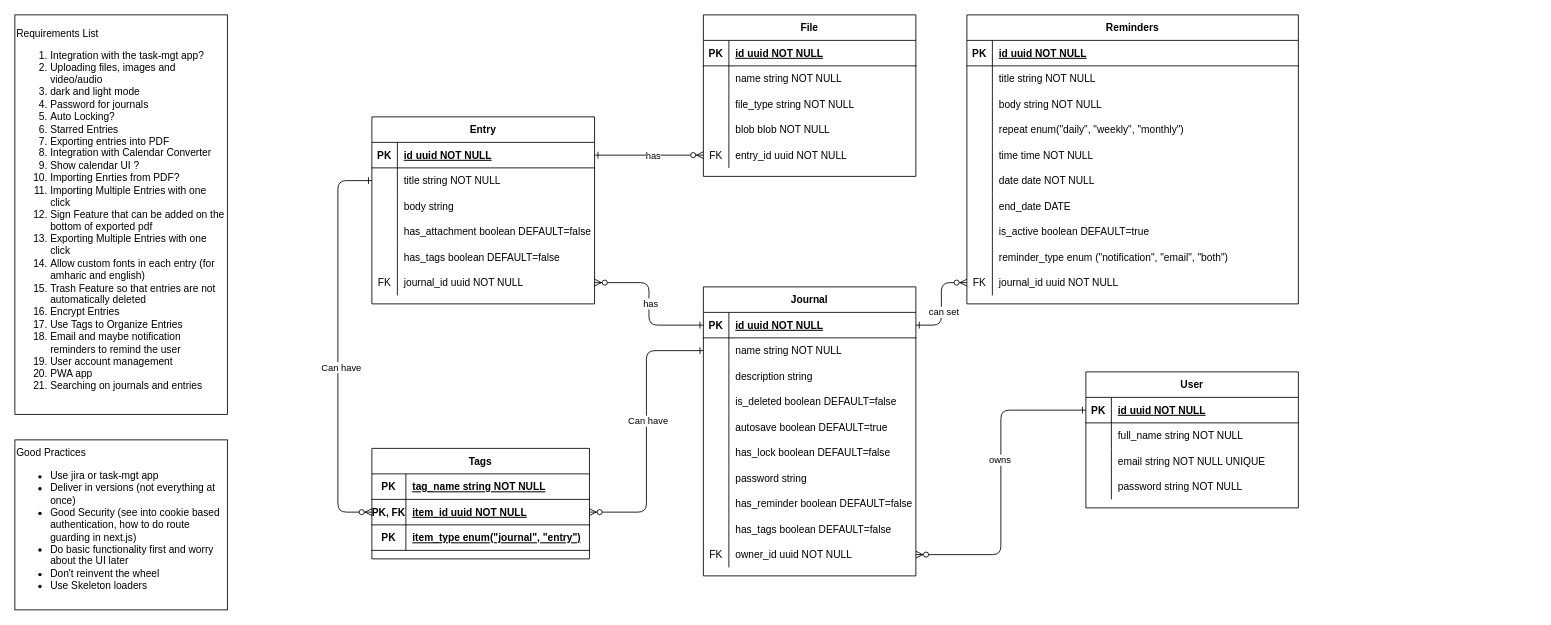
This is Journal app.drawio from aaabrsh/journal-app, a draw.io file, before an edit. Source tidied: cells renumbered, new cells numbered last; positions are measured from the earlier drawing's top-left corner, leaving out a move shared by most shapes. Both pictures are drawn from the tidied source at 85%, with x=0, y=0 at pixel (14, 14).
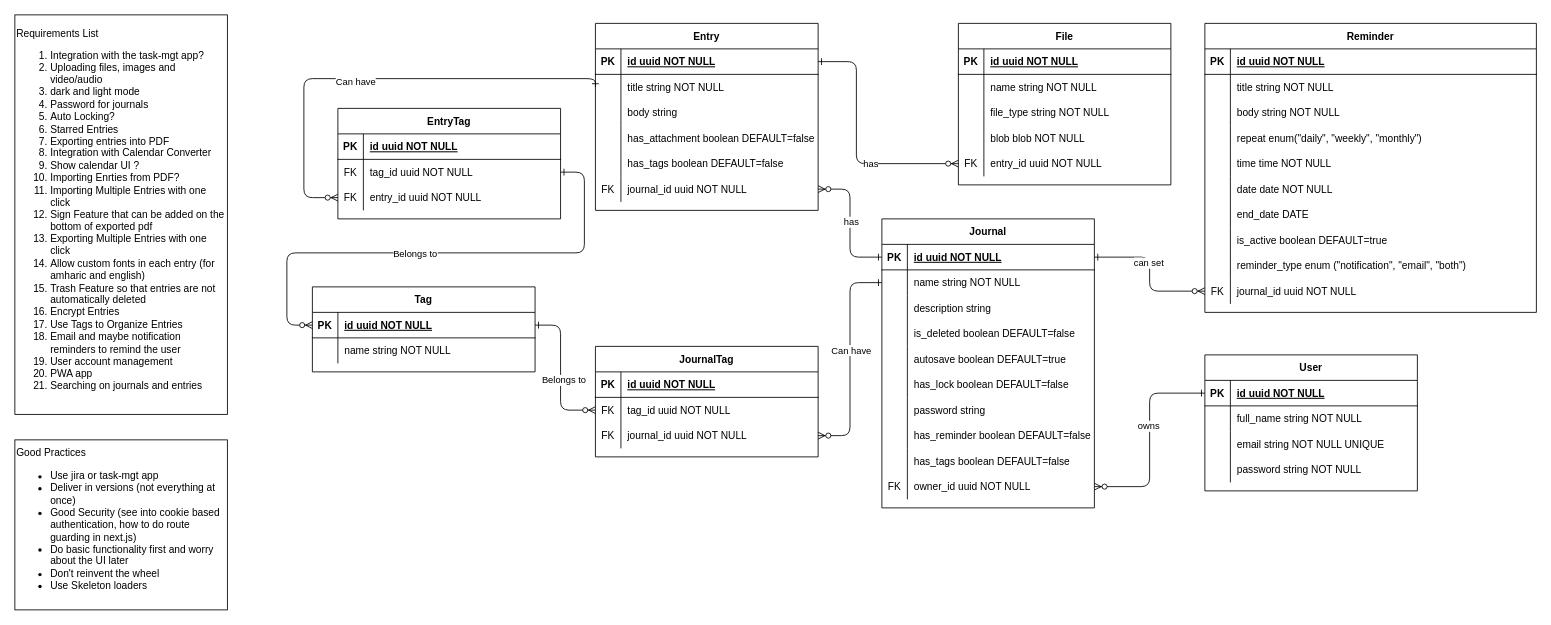
Above is the later version.

Commit message (it also covers changes not shown here):
modified schema, added foreign key relations see:JAP-17

The change refers to these unchanged cells:
```xml
<mxCell id="23" style="shape=partialRectangle;fillColor=none;points=[[0,0.5],[1,0.5]];portConstraint=eastwest;top=0;left=0;right=0;bottom=0;" parent="19" vertex="1">
  <mxGeometry y="60" width="250" height="30" as="geometry" />
</mxCell>
<mxCell id="51" style="shape=partialRectangle;fillColor=none;points=[[0,0.5],[1,0.5]];portConstraint=eastwest;top=0;left=0;right=0;bottom=1;" parent="50" vertex="1">
  <mxGeometry y="30" width="262" height="30" as="geometry" />
</mxCell>
<mxCell id="54" style="shape=partialRectangle;fillColor=none;points=[[0,0.5],[1,0.5]];portConstraint=eastwest;top=0;left=0;right=0;bottom=0;" parent="50" vertex="1">
  <mxGeometry y="60" width="262" height="30" as="geometry" />
</mxCell>
<mxCell id="123" style="shape=partialRectangle;fillColor=none;points=[[0,0.5],[1,0.5]];portConstraint=eastwest;top=0;left=0;right=0;bottom=0;" parent="110" vertex="1">
  <mxGeometry y="150" width="250" height="30" as="geometry" />
</mxCell>
```

Diff of the diagram source:
```diff
@@
     <mxCell id="6" value="User" style="shape=table;startSize=30;childLayout=tableLayout;rowLines=0;fontStyle=1;align=center;" parent="1" vertex="1">
-      <mxGeometry x="1260" y="420" width="250" height="160" as="geometry" />
+      <mxGeometry x="1400" y="400" width="250" height="160" as="geometry" />
     </mxCell>
@@
     <mxCell id="19" value="Journal" style="shape=table;startSize=30;childLayout=tableLayout;rowLines=0;fontStyle=1;align=center;" parent="1" vertex="1">
-      <mxGeometry x="810" y="320" width="250" height="340" as="geometry" />
+      <mxGeometry x="1020" y="240" width="250" height="340" as="geometry" />
     </mxCell>
@@
     <mxCell id="50" value="Entry" style="shape=table;startSize=30;childLayout=tableLayout;rowLines=0;fontStyle=1;align=center;" parent="1" vertex="1">
-      <mxGeometry x="420" y="120" width="262" height="220" as="geometry" />
+      <mxGeometry x="683" y="10" width="262" height="220" as="geometry" />
     </mxCell>
@@
-    <mxCell id="69" value="Tags" style="shape=table;startSize=30;childLayout=tableLayout;rowLines=0;fontStyle=1;align=center;" parent="1" vertex="1">
-      <mxGeometry x="420" y="510" width="256" height="130" as="geometry" />
-    </mxCell>
-    <mxCell id="70" style="shape=partialRectangle;fillColor=none;top=0;left=0;right=0;bottom=1;" parent="69" vertex="1">
-      <mxGeometry y="30" width="256" height="30" as="geometry" />
-    </mxCell>
-    <mxCell id="71" value="PK" style="shape=partialRectangle;overflow=hidden;fillColor=none;top=0;left=0;bottom=0;right=0;fontStyle=1;" parent="70" vertex="1">
-      <mxGeometry width="40" height="30" as="geometry" />
-    </mxCell>
-    <mxCell id="72" value="tag_name string NOT NULL " style="shape=partialRectangle;overflow=hidden;fillColor=none;top=0;left=0;bottom=0;right=0;align=left;spacingLeft=6;fontStyle=5;" parent="70" vertex="1">
-      <mxGeometry x="40" width="216" height="30" as="geometry" />
-    </mxCell>
-    <mxCell id="73" style="shape=partialRectangle;fillColor=none;points=[[0,0.5],[1,0.5]];portConstraint=eastwest;top=0;left=0;right=0;bottom=1;" parent="69" vertex="1">
-      <mxGeometry y="60" width="256" height="30" as="geometry" />
-    </mxCell>
-    <mxCell id="74" value="PK, FK" style="shape=partialRectangle;overflow=hidden;fillColor=none;top=0;left=0;bottom=0;right=0;fontStyle=1;" parent="73" vertex="1">
-      <mxGeometry width="40" height="30" as="geometry" />
-    </mxCell>
-    <mxCell id="75" value="item_id uuid NOT NULL " style="shape=partialRectangle;overflow=hidden;fillColor=none;top=0;left=0;bottom=0;right=0;align=left;spacingLeft=6;fontStyle=5;" parent="73" vertex="1">
-      <mxGeometry x="40" width="216" height="30" as="geometry" />
-    </mxCell>
-    <mxCell id="76" style="shape=partialRectangle;fillColor=none;top=0;left=0;right=0;bottom=1;" parent="69" vertex="1">
-      <mxGeometry y="90" width="256" height="30" as="geometry" />
-    </mxCell>
-    <mxCell id="77" value="PK" style="shape=partialRectangle;overflow=hidden;fillColor=none;top=0;left=0;bottom=0;right=0;fontStyle=1;" parent="76" vertex="1">
-      <mxGeometry width="40" height="30" as="geometry" />
-    </mxCell>
-    <mxCell id="78" value="item_type enum(&quot;journal&quot;, &quot;entry&quot;)" style="shape=partialRectangle;overflow=hidden;fillColor=none;top=0;left=0;bottom=0;right=0;align=left;spacingLeft=6;fontStyle=5;" parent="76" vertex="1">
-      <mxGeometry x="40" width="216" height="30" as="geometry" />
-    </mxCell>
-    <mxCell id="79" value="Reminders" style="shape=table;startSize=30;childLayout=tableLayout;rowLines=0;fontStyle=1;align=center;" parent="1" vertex="1">
-      <mxGeometry x="1120" width="390" height="340" as="geometry" />
+    <mxCell id="79" value="Reminder" style="shape=table;startSize=30;childLayout=tableLayout;rowLines=0;fontStyle=1;align=center;" parent="1" vertex="1">
+      <mxGeometry x="1400" y="10" width="390" height="340" as="geometry" />
     </mxCell>
@@
     <mxCell id="110" value="File" style="shape=table;startSize=30;childLayout=tableLayout;rowLines=0;fontStyle=1;align=center;" parent="1" vertex="1">
-      <mxGeometry x="810" width="250" height="190" as="geometry" />
+      <mxGeometry x="1110" y="10" width="250" height="190" as="geometry" />
     </mxCell>
@@
     <mxCell id="128" style="edgeStyle=orthogonalEdgeStyle;endArrow=ERzeroToMany;startArrow=ERone;endFill=1;startFill=0;entryX=0;entryY=0.5;entryDx=0;entryDy=0;exitX=1;exitY=0.5;exitDx=0;exitDy=0;" parent="1" edge="1" source="51" target="123">
       <mxGeometry relative="1" as="geometry">
         <Array as="points">
-          <mxPoint x="682" y="165" />
+          <mxPoint x="990" y="55" />
+          <mxPoint x="990" y="175" />
         </Array>
       </mxGeometry>
     </mxCell>
@@
-    <mxCell id="130" style="edgeStyle=orthogonalEdgeStyle;endArrow=ERzeroToMany;startArrow=ERone;endFill=1;startFill=0;exitX=0;exitY=0.5;exitDx=0;exitDy=0;entryX=0;entryY=0.5;entryDx=0;entryDy=0;" parent="1" edge="1" source="54" target="73">
+    <mxCell id="130" style="edgeStyle=orthogonalEdgeStyle;endArrow=ERzeroToMany;startArrow=ERone;endFill=1;startFill=0;exitX=0;exitY=0.5;exitDx=0;exitDy=0;entryX=0;entryY=0.5;entryDx=0;entryDy=0;fontStyle=1;" parent="1" edge="1" source="54" target="143">
       <mxGeometry relative="1" as="geometry">
         <Array as="points">
-          <mxPoint x="380" y="195" />
-          <mxPoint x="380" y="585" />
+          <mxPoint x="683" y="75" />
+          <mxPoint x="340" y="75" />
+          <mxPoint x="340" y="215" />
         </Array>
       </mxGeometry>
     </mxCell>
@@
-    <mxCell id="132" style="edgeStyle=orthogonalEdgeStyle;endArrow=ERzeroToMany;startArrow=ERone;endFill=1;startFill=0;entryX=1;entryY=0.5;entryDx=0;entryDy=0;exitX=0;exitY=0.5;exitDx=0;exitDy=0;" parent="1" edge="1" source="23" target="73">
+    <mxCell id="132" style="edgeStyle=orthogonalEdgeStyle;endArrow=ERzeroToMany;startArrow=ERone;endFill=1;startFill=0;entryX=1;entryY=0.5;entryDx=0;entryDy=0;exitX=0;exitY=0.5;exitDx=0;exitDy=0;" parent="1" edge="1" source="23" target="153">
       <mxGeometry relative="1" as="geometry" />
     </mxCell>
@@
+    <mxCell id="136" value="EntryTag" style="shape=table;startSize=30;childLayout=tableLayout;rowLines=0;fontStyle=1;align=center;" parent="1" vertex="1">
+      <mxGeometry x="380" y="110" width="262" height="130" as="geometry" />
+    </mxCell>
+    <mxCell id="137" style="shape=partialRectangle;fillColor=none;top=0;left=0;right=0;bottom=1;" parent="136" vertex="1">
+      <mxGeometry y="30" width="262" height="30" as="geometry" />
+    </mxCell>
+    <mxCell id="138" value="PK" style="shape=partialRectangle;overflow=hidden;fillColor=none;top=0;left=0;bottom=0;right=0;fontStyle=1;" parent="137" vertex="1">
+      <mxGeometry width="30" height="30" as="geometry" />
+    </mxCell>
+    <mxCell id="139" value="id uuid NOT NULL " style="shape=partialRectangle;overflow=hidden;fillColor=none;top=0;left=0;bottom=0;right=0;align=left;spacingLeft=6;fontStyle=5;" parent="137" vertex="1">
+      <mxGeometry x="30" width="232" height="30" as="geometry" />
+    </mxCell>
+    <mxCell id="140" style="shape=partialRectangle;fillColor=none;points=[[0,0.5],[1,0.5]];portConstraint=eastwest;top=0;left=0;right=0;bottom=0;" parent="136" vertex="1">
+      <mxGeometry y="60" width="262" height="30" as="geometry" />
+    </mxCell>
+    <mxCell id="141" value="FK" style="shape=partialRectangle;overflow=hidden;fillColor=none;top=0;left=0;bottom=0;right=0;" parent="140" vertex="1">
+      <mxGeometry width="30" height="30" as="geometry" />
+    </mxCell>
+    <mxCell id="142" value="tag_id uuid NOT NULL" style="shape=partialRectangle;overflow=hidden;fillColor=none;top=0;left=0;bottom=0;right=0;align=left;spacingLeft=6;" parent="140" vertex="1">
+      <mxGeometry x="30" width="232" height="30" as="geometry" />
+    </mxCell>
+    <mxCell id="143" style="shape=partialRectangle;fillColor=none;points=[[0,0.5],[1,0.5]];portConstraint=eastwest;top=0;left=0;right=0;bottom=0;" parent="136" vertex="1">
+      <mxGeometry y="90" width="262" height="30" as="geometry" />
+    </mxCell>
+    <mxCell id="144" value="FK" style="shape=partialRectangle;overflow=hidden;fillColor=none;top=0;left=0;bottom=0;right=0;" parent="143" vertex="1">
+      <mxGeometry width="30" height="30" as="geometry" />
+    </mxCell>
+    <mxCell id="145" value="entry_id uuid NOT NULL" style="shape=partialRectangle;overflow=hidden;fillColor=none;top=0;left=0;bottom=0;right=0;align=left;spacingLeft=6;" parent="143" vertex="1">
+      <mxGeometry x="30" width="232" height="30" as="geometry" />
+    </mxCell>
+    <mxCell id="146" value="JournalTag" style="shape=table;startSize=30;childLayout=tableLayout;rowLines=0;fontStyle=1;align=center;" parent="1" vertex="1">
+      <mxGeometry x="683" y="390" width="262" height="130" as="geometry" />
+    </mxCell>
+    <mxCell id="147" style="shape=partialRectangle;fillColor=none;top=0;left=0;right=0;bottom=1;" parent="146" vertex="1">
+      <mxGeometry y="30" width="262" height="30" as="geometry" />
+    </mxCell>
+    <mxCell id="148" value="PK" style="shape=partialRectangle;overflow=hidden;fillColor=none;top=0;left=0;bottom=0;right=0;fontStyle=1;" parent="147" vertex="1">
+      <mxGeometry width="30" height="30" as="geometry" />
+    </mxCell>
+    <mxCell id="149" value="id uuid NOT NULL " style="shape=partialRectangle;overflow=hidden;fillColor=none;top=0;left=0;bottom=0;right=0;align=left;spacingLeft=6;fontStyle=5;" parent="147" vertex="1">
+      <mxGeometry x="30" width="232" height="30" as="geometry" />
+    </mxCell>
+    <mxCell id="150" style="shape=partialRectangle;fillColor=none;points=[[0,0.5],[1,0.5]];portConstraint=eastwest;top=0;left=0;right=0;bottom=0;" parent="146" vertex="1">
+      <mxGeometry y="60" width="262" height="30" as="geometry" />
+    </mxCell>
+    <mxCell id="151" value="FK" style="shape=partialRectangle;overflow=hidden;fillColor=none;top=0;left=0;bottom=0;right=0;" parent="150" vertex="1">
+      <mxGeometry width="30" height="30" as="geometry" />
+    </mxCell>
+    <mxCell id="152" value="tag_id uuid NOT NULL" style="shape=partialRectangle;overflow=hidden;fillColor=none;top=0;left=0;bottom=0;right=0;align=left;spacingLeft=6;" parent="150" vertex="1">
+      <mxGeometry x="30" width="232" height="30" as="geometry" />
+    </mxCell>
+    <mxCell id="153" style="shape=partialRectangle;fillColor=none;points=[[0,0.5],[1,0.5]];portConstraint=eastwest;top=0;left=0;right=0;bottom=0;" parent="146" vertex="1">
+      <mxGeometry y="90" width="262" height="30" as="geometry" />
+    </mxCell>
+    <mxCell id="154" value="FK" style="shape=partialRectangle;overflow=hidden;fillColor=none;top=0;left=0;bottom=0;right=0;" parent="153" vertex="1">
+      <mxGeometry width="30" height="30" as="geometry" />
+    </mxCell>
+    <mxCell id="155" value="journal_id uuid NOT NULL" style="shape=partialRectangle;overflow=hidden;fillColor=none;top=0;left=0;bottom=0;right=0;align=left;spacingLeft=6;" parent="153" vertex="1">
+      <mxGeometry x="30" width="232" height="30" as="geometry" />
+    </mxCell>
+    <mxCell id="156" style="edgeStyle=orthogonalEdgeStyle;endArrow=ERzeroToMany;startArrow=ERone;endFill=1;startFill=0;entryX=0;entryY=0.5;entryDx=0;entryDy=0;fontStyle=1;exitX=1;exitY=0.5;exitDx=0;exitDy=0;" parent="1" edge="1" source="159" target="150">
+      <mxGeometry relative="1" as="geometry">
+        <Array as="points">
+          <mxPoint x="642" y="365" />
+          <mxPoint x="642" y="465" />
+        </Array>
+      </mxGeometry>
+    </mxCell>
+    <mxCell id="157" value="Belongs to" style="edgeLabel;html=1;align=center;verticalAlign=middle;" parent="156" vertex="1">
+      <mxGeometry x="0.1" y="3" relative="1" as="geometry" />
+    </mxCell>
+    <mxCell id="158" value="Tag" style="shape=table;startSize=30;childLayout=tableLayout;rowLines=0;fontStyle=1;align=center;" parent="1" vertex="1">
+      <mxGeometry x="350" y="320" width="262" height="100" as="geometry" />
+    </mxCell>
+    <mxCell id="159" style="shape=partialRectangle;fillColor=none;points=[[0,0.5],[1,0.5]];portConstraint=eastwest;top=0;left=0;right=0;bottom=1;" parent="158" vertex="1">
+      <mxGeometry y="30" width="262" height="30" as="geometry" />
+    </mxCell>
+    <mxCell id="160" value="PK" style="shape=partialRectangle;overflow=hidden;fillColor=none;top=0;left=0;bottom=0;right=0;fontStyle=1;" parent="159" vertex="1">
+      <mxGeometry width="30" height="30" as="geometry" />
+    </mxCell>
+    <mxCell id="161" value="id uuid NOT NULL " style="shape=partialRectangle;overflow=hidden;fillColor=none;top=0;left=0;bottom=0;right=0;align=left;spacingLeft=6;fontStyle=5;" parent="159" vertex="1">
+      <mxGeometry x="30" width="232" height="30" as="geometry" />
+    </mxCell>
+    <mxCell id="162" style="shape=partialRectangle;fillColor=none;top=0;left=0;right=0;bottom=0;" parent="158" vertex="1">
+      <mxGeometry y="60" width="262" height="30" as="geometry" />
+    </mxCell>
+    <mxCell id="163" style="shape=partialRectangle;overflow=hidden;fillColor=none;top=0;left=0;bottom=0;right=0;" parent="162" vertex="1">
+      <mxGeometry width="30" height="30" as="geometry" />
+    </mxCell>
+    <mxCell id="164" value="name string NOT NULL" style="shape=partialRectangle;overflow=hidden;fillColor=none;top=0;left=0;bottom=0;right=0;align=left;spacingLeft=6;" parent="162" vertex="1">
+      <mxGeometry x="30" width="232" height="30" as="geometry" />
+    </mxCell>
+    <mxCell id="165" style="edgeStyle=orthogonalEdgeStyle;endArrow=ERzeroToMany;startArrow=ERone;endFill=1;startFill=0;exitX=1;exitY=0.5;exitDx=0;exitDy=0;fontStyle=1;entryX=0;entryY=0.5;entryDx=0;entryDy=0;" parent="1" edge="1" source="140" target="159">
+      <mxGeometry relative="1" as="geometry">
+        <Array as="points">
+          <mxPoint x="670" y="185" />
+          <mxPoint x="670" y="280" />
+          <mxPoint x="320" y="280" />
+          <mxPoint x="320" y="365" />
+        </Array>
+      </mxGeometry>
+    </mxCell>
+    <mxCell id="166" value="Belongs to" style="edgeLabel;html=1;align=center;verticalAlign=middle;" parent="165" vertex="1">
+      <mxGeometry x="0.1" y="3" relative="1" as="geometry">
+        <mxPoint y="-3" as="offset" />
+      </mxGeometry>
+    </mxCell>
```
